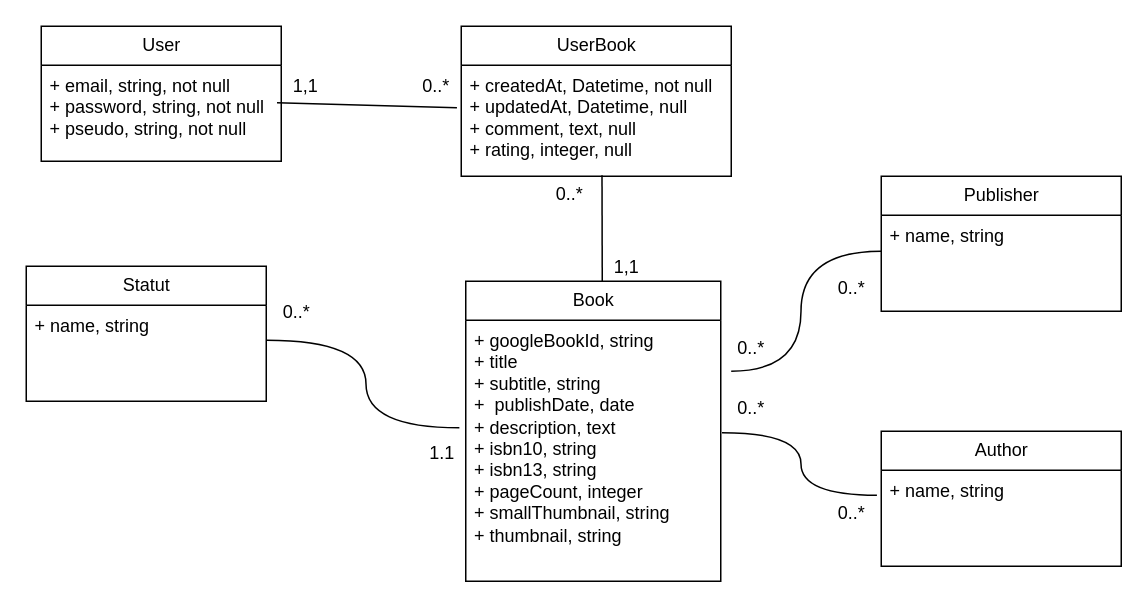
Earlier version of the draw.io diagram .docs/UML/diagramme_de_classes.drawio (alexandre-longeaud/book_project). Source tidied: cells renumbered, new cells numbered last; positions are measured from the earlier drawing's top-left corner, leaving out a move shared by most shapes. Both pictures are drawn from the tidied source at 150%, with x=0, y=0 at pixel (26, 26).
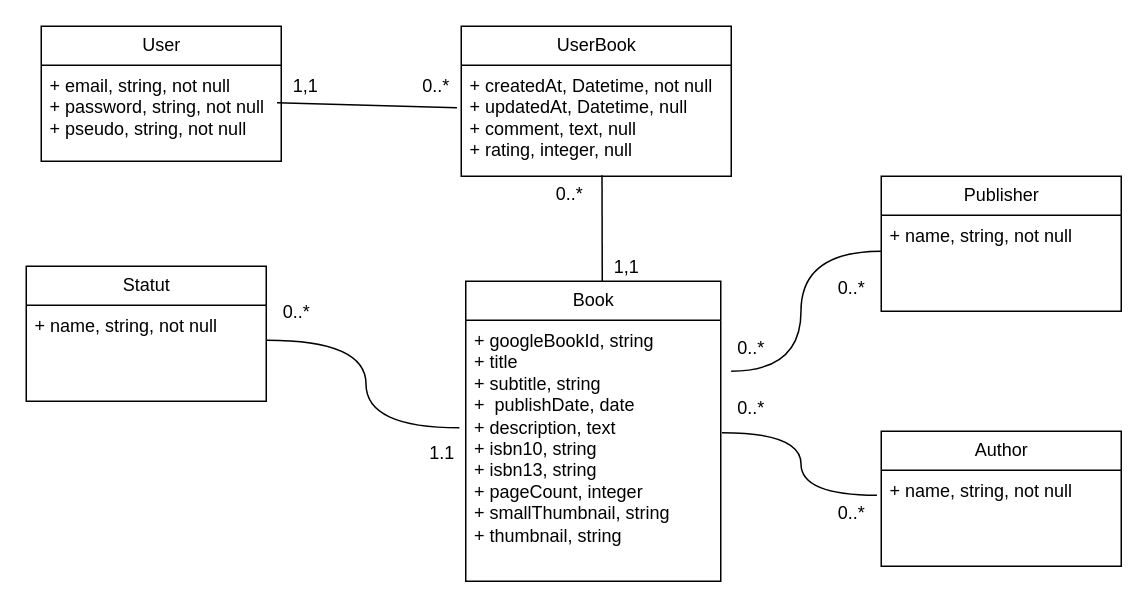
The same diagram, later.

Unchanged cells that the change refers to:
```xml
<mxCell id="6" value="Statut" style="swimlane;fontStyle=0;horizontal=1;startSize=26;fillColor=none;html=1;" parent="1" vertex="1">
  <mxGeometry y="160" width="160" height="90" as="geometry" />
</mxCell>
<mxCell id="10" value="Publisher" style="swimlane;fontStyle=0;horizontal=1;startSize=26;fillColor=none;html=1;" parent="1" vertex="1">
  <mxGeometry x="570" y="100" width="160" height="90" as="geometry" />
</mxCell>
<mxCell id="12" value="Author" style="swimlane;fontStyle=0;horizontal=1;startSize=26;fillColor=none;html=1;" parent="1" vertex="1">
  <mxGeometry x="570" y="270" width="160" height="90" as="geometry" />
</mxCell>
```

The edit, as a diff of the source:
```diff
@@
-    <mxCell id="7" value="+ name, string" style="text;strokeColor=none;fillColor=none;align=left;verticalAlign=top;spacingLeft=4;spacingRight=4;overflow=hidden;points=[[0,0.5],[1,0.5]];portConstraint=eastwest;whiteSpace=wrap;html=1;" parent="6" vertex="1">
+    <mxCell id="7" value="+ name, string, not null" style="text;strokeColor=none;fillColor=none;align=left;verticalAlign=top;spacingLeft=4;spacingRight=4;overflow=hidden;points=[[0,0.5],[1,0.5]];portConstraint=eastwest;whiteSpace=wrap;html=1;" parent="6" vertex="1">
       <mxGeometry y="26" width="160" height="64" as="geometry" />
     </mxCell>
@@
-    <mxCell id="11" value="+ name, string" style="text;strokeColor=none;fillColor=none;align=left;verticalAlign=top;spacingLeft=4;spacingRight=4;overflow=hidden;points=[[0,0.5],[1,0.5]];portConstraint=eastwest;whiteSpace=wrap;html=1;" parent="10" vertex="1">
+    <mxCell id="11" value="+ name, string, not null" style="text;strokeColor=none;fillColor=none;align=left;verticalAlign=top;spacingLeft=4;spacingRight=4;overflow=hidden;points=[[0,0.5],[1,0.5]];portConstraint=eastwest;whiteSpace=wrap;html=1;" parent="10" vertex="1">
       <mxGeometry y="26" width="160" height="64" as="geometry" />
     </mxCell>
@@
-    <mxCell id="13" value="+ name, string" style="text;strokeColor=none;fillColor=none;align=left;verticalAlign=top;spacingLeft=4;spacingRight=4;overflow=hidden;points=[[0,0.5],[1,0.5]];portConstraint=eastwest;whiteSpace=wrap;html=1;" parent="12" vertex="1">
+    <mxCell id="13" value="+ name, string, not null" style="text;strokeColor=none;fillColor=none;align=left;verticalAlign=top;spacingLeft=4;spacingRight=4;overflow=hidden;points=[[0,0.5],[1,0.5]];portConstraint=eastwest;whiteSpace=wrap;html=1;" parent="12" vertex="1">
       <mxGeometry y="26" width="160" height="64" as="geometry" />
     </mxCell>
```
